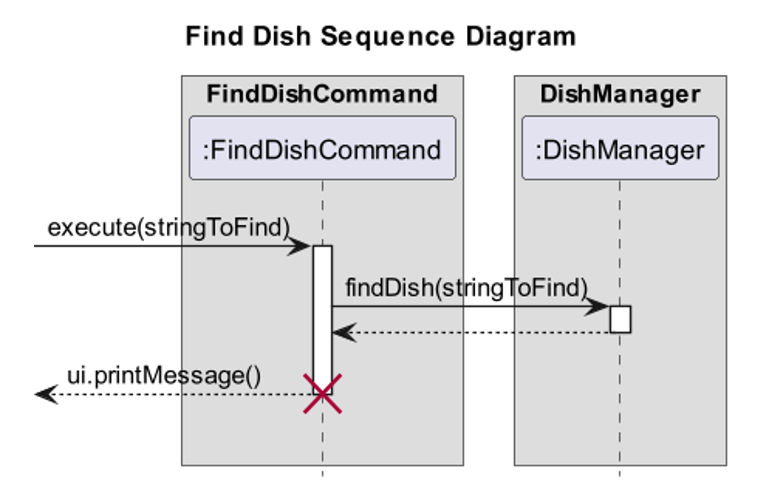
Before: docs/uml/images/FindDishCommandSequenceDiagram.png, a diagram exported from PlantUML (nus-cs2113-AY2223S2/tp). Its source is kept beside it as docs/uml/FindDishCommandSequenceDiagram.puml. Source of this version:
```plantuml
@startuml
hide footbox
title Find Dish Sequence Diagram

box "FindDishCommand"
participant ":FindDishCommand" as FindDishCommand
endbox

box "DishManager"
participant ":DishManager" as DishManager
endbox

-> FindDishCommand: execute(stringToFind)
activate FindDishCommand
FindDishCommand -> DishManager ++ : findDish(stringToFind)
FindDishCommand <-- DishManager
deactivate
<-- FindDishCommand: ui.printMessage()

destroy FindDishCommand
|||
@enduml
```
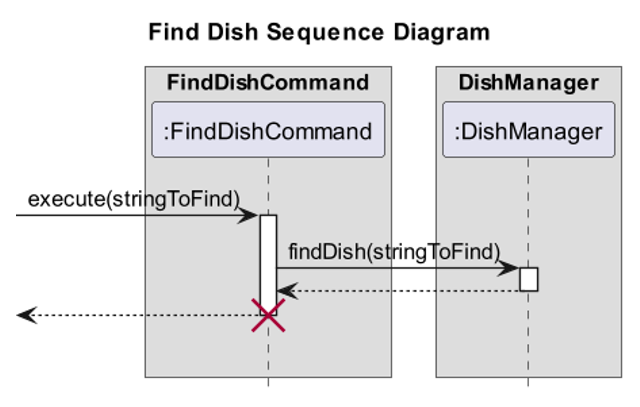
After the change.

Commit message:
Update Dish Sequence diagrams in DG

What changed in the source:
```diff
@@ -15,7 +15,7 @@
 FindDishCommand -> DishManager ++ : findDish(stringToFind)
 FindDishCommand <-- DishManager
 deactivate
-<-- FindDishCommand: ui.printMessage()
+<-- FindDishCommand:
 
 destroy FindDishCommand
 |||
```
